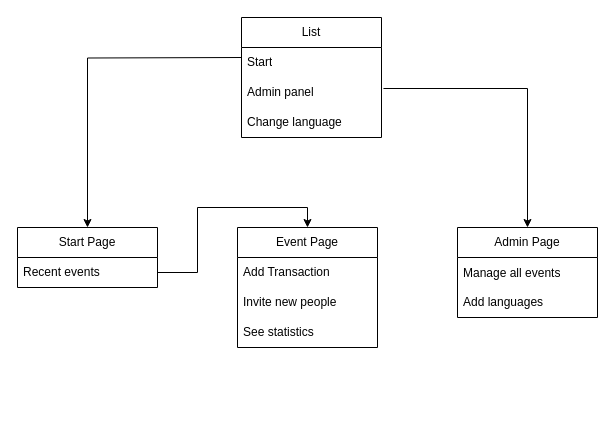
Before: page "User Flow" (1 of 2) of docs/FlowChart.drawio in catrinelamariei/fairshare-project, a draw.io diagram. Source tidied: cells renumbered, new cells numbered last; positions are measured from the earlier drawing's top-left corner, leaving out a move shared by most shapes. Both pictures are drawn from the tidied source at 100%, with x=0, y=0 at pixel (17, 17).
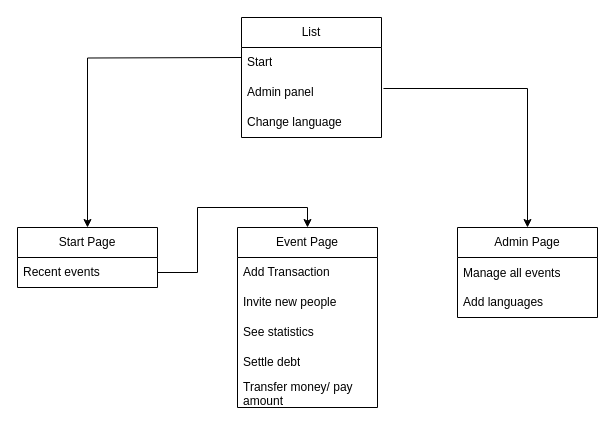
The same diagram, later.

Diff of the diagram source:
```diff
@@
 <mxGraphModel>
   <root>
     <mxCell id="0" />
     <mxCell id="1" parent="0" />
     <mxCell id="2" value="Event Page" style="swimlane;fontStyle=0;horizontal=1;startSize=30;whiteSpace=wrap;html=1;" parent="1" vertex="1">
-      <mxGeometry x="220" y="210" width="140" height="120" as="geometry" />
+      <mxGeometry x="220" y="210" width="140" height="180" as="geometry" />
     </mxCell>
     <mxCell id="3" value="Add Transaction" style="text;strokeColor=none;fillColor=none;align=left;verticalAlign=middle;spacingLeft=4;spacingRight=4;overflow=hidden;whiteSpace=wrap;html=1;" parent="2" vertex="1">
       <mxGeometry y="30" width="140" height="30" as="geometry" />
     </mxCell>
     <mxCell id="4" value="Invite new people" style="text;strokeColor=none;fillColor=none;align=left;verticalAlign=middle;spacingLeft=4;spacingRight=4;overflow=hidden;whiteSpace=wrap;html=1;" parent="2" vertex="1">
       <mxGeometry y="60" width="140" height="30" as="geometry" />
     </mxCell>
     <mxCell id="5" value="See statistics" style="text;strokeColor=none;fillColor=none;align=left;verticalAlign=middle;spacingLeft=4;spacingRight=4;overflow=hidden;whiteSpace=wrap;html=1;" parent="2" vertex="1">
       <mxGeometry y="90" width="140" height="30" as="geometry" />
     </mxCell>
+    <mxCell id="17" value="Settle debt" style="text;strokeColor=none;fillColor=none;align=left;verticalAlign=middle;spacingLeft=4;spacingRight=4;overflow=hidden;whiteSpace=wrap;html=1;" parent="2" vertex="1">
+      <mxGeometry y="120" width="140" height="30" as="geometry" />
+    </mxCell>
+    <mxCell id="18" value="Transfer money/ pay amount" style="text;strokeColor=none;fillColor=none;align=left;verticalAlign=middle;spacingLeft=4;spacingRight=4;overflow=hidden;whiteSpace=wrap;html=1;" parent="2" vertex="1">
+      <mxGeometry y="150" width="140" height="30" as="geometry" />
+    </mxCell>
     <mxCell id="6" value="Start Page" style="swimlane;fontStyle=0;horizontal=1;startSize=30;whiteSpace=wrap;html=1;" parent="1" vertex="1">
       <mxGeometry y="210" width="140" height="60" as="geometry" />
     </mxCell>
     <mxCell id="7" value="&lt;div&gt;Recent events&lt;/div&gt;" style="text;strokeColor=none;fillColor=none;align=left;verticalAlign=middle;spacingLeft=4;spacingRight=4;overflow=hidden;points=[[0,0.5],[1,0.5]];portConstraint=eastwest;whiteSpace=wrap;html=1;" parent="6" vertex="1">
       <mxGeometry y="30" width="140" height="30" as="geometry" />
     </mxCell>
     <mxCell id="8" value="Admin Page" style="swimlane;fontStyle=0;horizontal=1;startSize=30;whiteSpace=wrap;html=1;" parent="1" vertex="1">
       <mxGeometry x="440" y="210" width="140" height="90" as="geometry" />
     </mxCell>
     <mxCell id="9" value="&lt;div&gt;Manage all events&lt;/div&gt;&lt;div&gt;&lt;br&gt;&lt;/div&gt;&lt;div&gt;Add languages&lt;/div&gt;" style="text;strokeColor=none;fillColor=none;align=left;verticalAlign=middle;spacingLeft=4;spacingRight=4;overflow=hidden;whiteSpace=wrap;html=1;" parent="8" vertex="1">
       <mxGeometry y="30" width="140" height="60" as="geometry" />
     </mxCell>
     <mxCell id="10" style="edgeStyle=orthogonalEdgeStyle;rounded=0;jettySize=auto;html=1;entryX=0.5;entryY=0;entryDx=0;entryDy=0;" parent="1" edge="1" source="7" target="2">
       <mxGeometry relative="1" as="geometry" />
     </mxCell>
     <mxCell id="11" style="edgeStyle=orthogonalEdgeStyle;rounded=0;jettySize=auto;html=1;entryX=0.5;entryY=0;entryDx=0;entryDy=0;exitX=1.014;exitY=0.367;exitDx=0;exitDy=0;exitPerimeter=0;" parent="1" edge="1" source="15" target="8">
       <mxGeometry relative="1" as="geometry" />
     </mxCell>
     <mxCell id="12" style="edgeStyle=orthogonalEdgeStyle;rounded=0;jettySize=auto;html=1;" parent="1" edge="1" target="6">
       <mxGeometry relative="1" as="geometry">
         <mxPoint x="224" y="40" as="sourcePoint" />
       </mxGeometry>
     </mxCell>
     <mxCell id="13" value="List" style="swimlane;fontStyle=0;horizontal=1;startSize=30;whiteSpace=wrap;html=1;" parent="1" vertex="1">
       <mxGeometry x="224" width="140" height="120" as="geometry" />
     </mxCell>
     <mxCell id="14" value="&lt;div&gt;Start&lt;/div&gt;" style="text;strokeColor=none;fillColor=none;align=left;verticalAlign=middle;spacingLeft=4;spacingRight=4;overflow=hidden;whiteSpace=wrap;html=1;" parent="13" vertex="1">
       <mxGeometry y="30" width="140" height="30" as="geometry" />
     </mxCell>
     <mxCell id="15" value="&lt;div&gt;Admin panel&lt;/div&gt;" style="text;strokeColor=none;fillColor=none;align=left;verticalAlign=middle;spacingLeft=4;spacingRight=4;overflow=hidden;points=[[0,0.5],[1,0.5]];portConstraint=eastwest;whiteSpace=wrap;html=1;" parent="13" vertex="1">
       <mxGeometry y="60" width="140" height="30" as="geometry" />
     </mxCell>
     <mxCell id="16" value="&lt;div&gt;Change language&lt;/div&gt;" style="text;strokeColor=none;fillColor=none;align=left;verticalAlign=middle;spacingLeft=4;spacingRight=4;overflow=hidden;whiteSpace=wrap;html=1;" parent="13" vertex="1">
       <mxGeometry y="90" width="140" height="30" as="geometry" />
     </mxCell>
   </root>
 </mxGraphModel>
```
